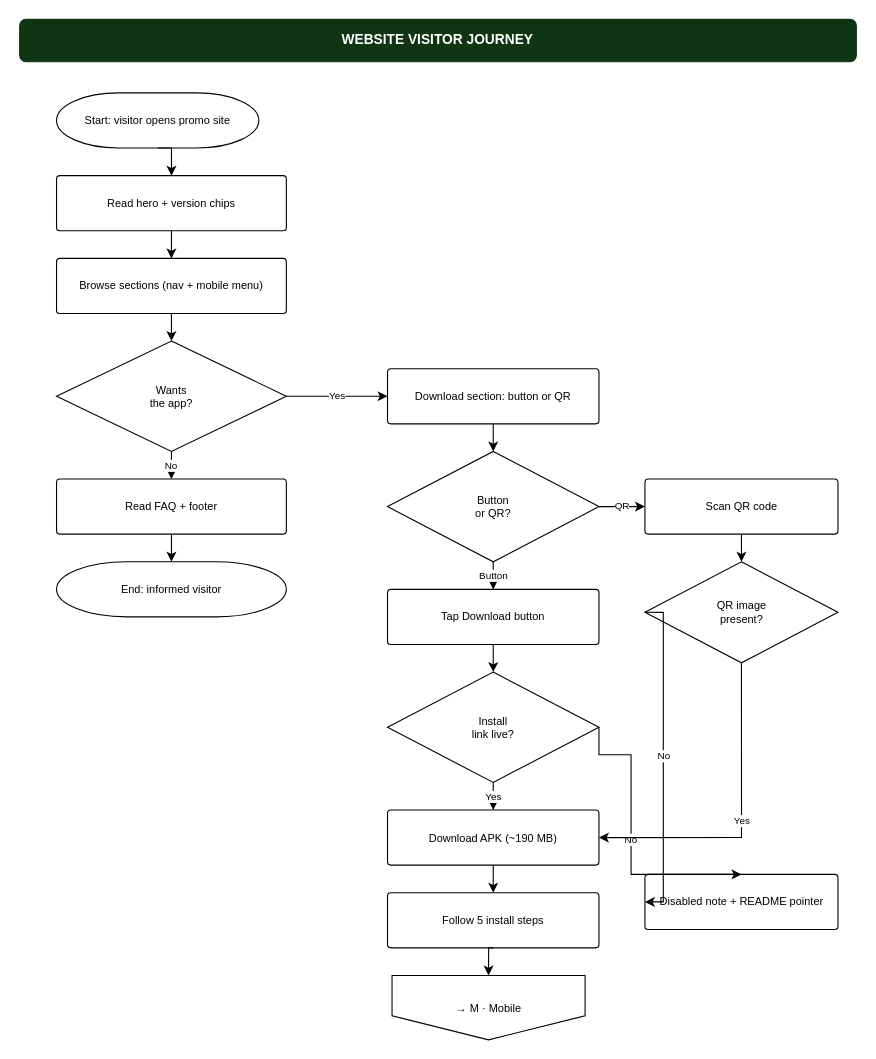
Above: page "Website — Visitor Journey" (2 of 2) of docs/reunio-website-flow.drawio in dibidjims17/Alumni-System (draw.io), before the change. Source tidied: cells renumbered, new cells numbered last; positions are measured from the earlier drawing's top-left corner, leaving out a move shared by most shapes. Both pictures are drawn from the tidied source at 110%, with x=0, y=0 at pixel (19, 19).
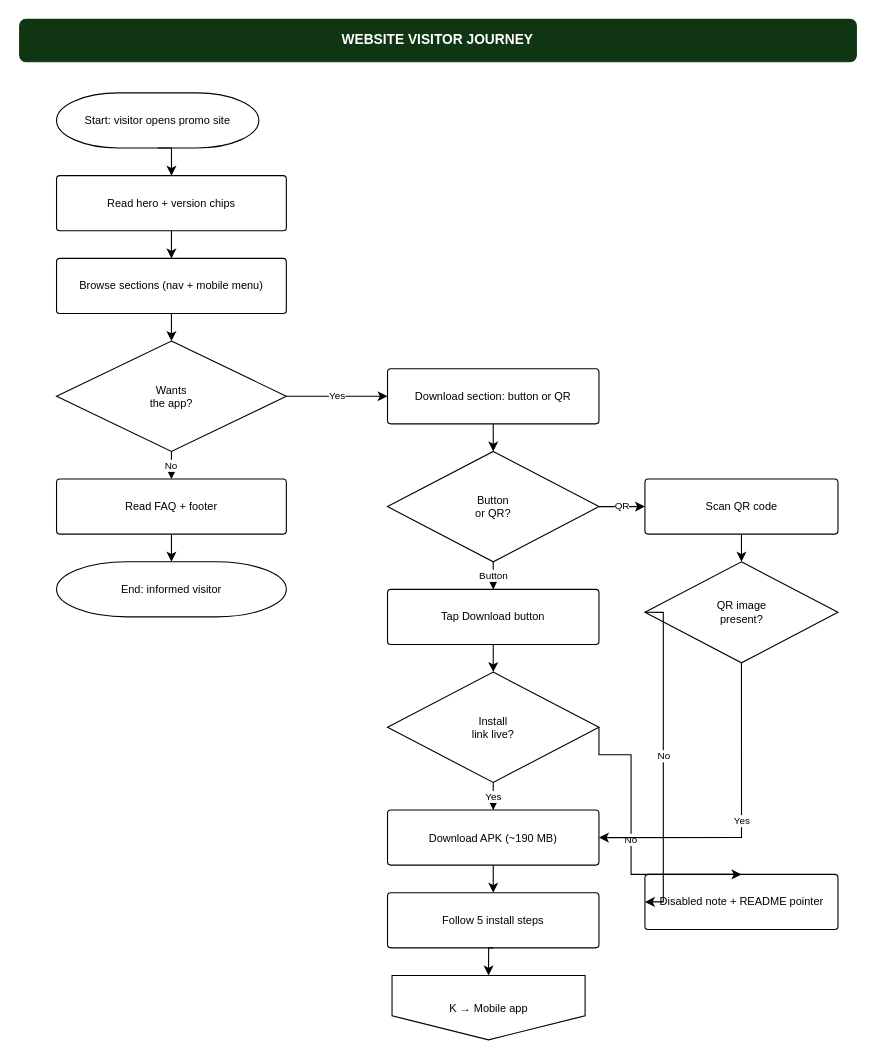
Above is the later version.

What changed in the source:
```diff
@@
-    <mxCell id="18" value="→ M · Mobile" style="shape=offPageConnector;whiteSpace=wrap;html=1;fontSize=10;" parent="1" vertex="1">
+    <mxCell id="18" value="K → Mobile app" style="shape=offPageConnector;whiteSpace=wrap;html=1;fontSize=10;" parent="1" vertex="1">
       <mxGeometry x="338.9" y="869.3" width="175.5" height="58.5" as="geometry" />
     </mxCell>
```
